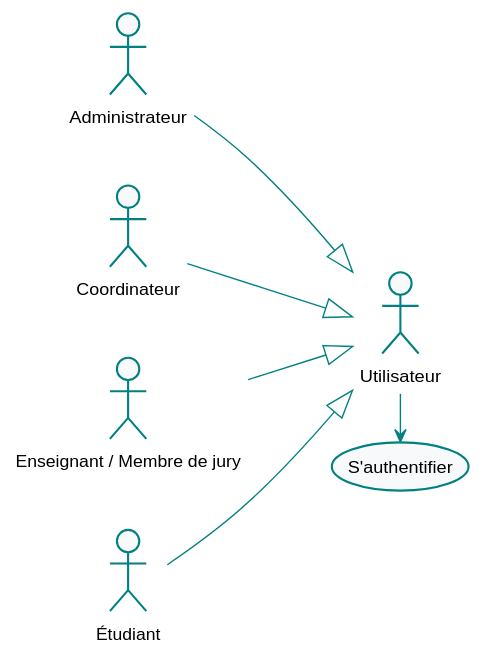
Before: diagrams/svg/uc_hierarchy.svg, a diagram exported from PlantUML (abdelaziz-ebourki/system-gestion-soutenance-docs). Source of this version:
```plantuml
@startuml

skinparam shadowing false
skinparam roundcorner 8
skinparam Padding 5
skinparam defaultFontName "SansSerif"
skinparam defaultFontSize 12

skinparam ActivityBackgroundColor #F8F9FA
skinparam ActivityBorderColor #008080
skinparam ActivityDiamondBackgroundColor #E67E22
skinparam ActivityDiamondBorderColor #E67E22
skinparam ActivityDiamondFontColor #FFFFFF

skinparam ActorBackgroundColor #F8F9FA
skinparam ActorBorderColor #008080

skinparam ClassBackgroundColor #F8F9FA
skinparam ClassBorderColor #008080
skinparam ClassHeaderBackgroundColor #008080
skinparam ClassAttributeIconSize 0

skinparam ComponentBackgroundColor #F8F9FA
skinparam ComponentBorderColor #008080

skinparam DatabaseBackgroundColor #F8F9FA
skinparam DatabaseBorderColor #008080

skinparam NoteBackgroundColor #FFF2E6
skinparam NoteBorderColor #E67E22

skinparam StateBackgroundColor #F8F9FA
skinparam StateBorderColor #008080

skinparam UsecaseBackgroundColor #F8F9FA
skinparam UsecaseBorderColor #008080

skinparam SequenceGroupBackgroundColor #F8F9FA
skinparam SequenceGroupBorderColor #008080
skinparam SequenceLifeLineBorderColor #008080
skinparam SequenceParticipantBackgroundColor #F8F9FA
skinparam SequenceParticipantBorderColor #008080
skinparam ControlBackgroundColor #F8F9FA
skinparam ControlBorderColor #008080
skinparam BoundaryBackgroundColor #F8F9FA
skinparam BoundaryBorderColor #008080
skinparam EntityBackgroundColor #F8F9FA
skinparam EntityBorderColor #008080

skinparam ArrowColor #008080
skinparam ArrowFontColor #008080

skinparam PackageBackgroundColor #FFFFFF
skinparam PackageBorderColor #008080
left to right direction

actor "Utilisateur" as User
actor "Administrateur" as Admin
actor "Coordinateur" as Coord
actor "Enseignant / Membre de jury" as Jury
actor "Étudiant" as Student

usecase "S'authentifier" as auth

Admin --|> User
Coord --|> User
Jury --|> User
Student --|> User

User -> auth
@enduml
```
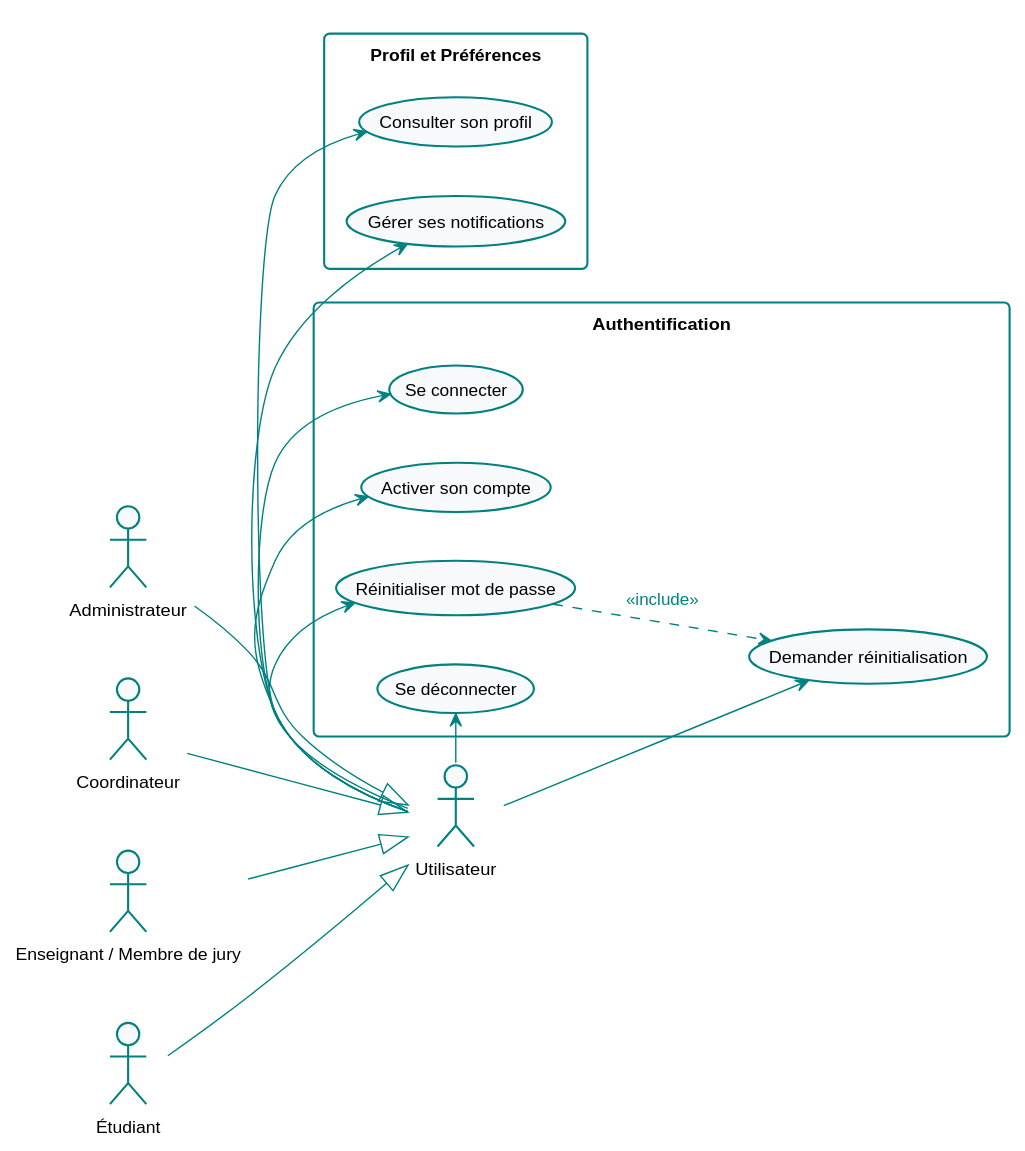
Later version of the same file.

Diff of the diagram source:
```diff
@@ -60,12 +60,31 @@
 actor "Enseignant / Membre de jury" as Jury
 actor "Étudiant" as Student
 
-usecase "S'authentifier" as auth
+rectangle "Authentification" {
+    usecase "Se connecter" as Login
+    usecase "Activer son compte" as Activate
+    usecase "Réinitialiser mot de passe" as ResetPwd
+    usecase "Demander réinitialisation" as ForgotPwd
+    usecase "Se déconnecter" as Logout
+}
+
+rectangle "Profil et Préférences" {
+    usecase "Consulter son profil" as Profile
+    usecase "Gérer ses notifications" as Notif
+}
 
 Admin --|> User
 Coord --|> User
 Jury --|> User
 Student --|> User
 
-User -> auth
+User -> Login
+User -> Activate
+User -> ResetPwd
+User -> ForgotPwd
+User -> Logout
+User -> Profile
+User -> Notif
+
+ResetPwd ..> ForgotPwd : <<include>>
 @enduml
```
